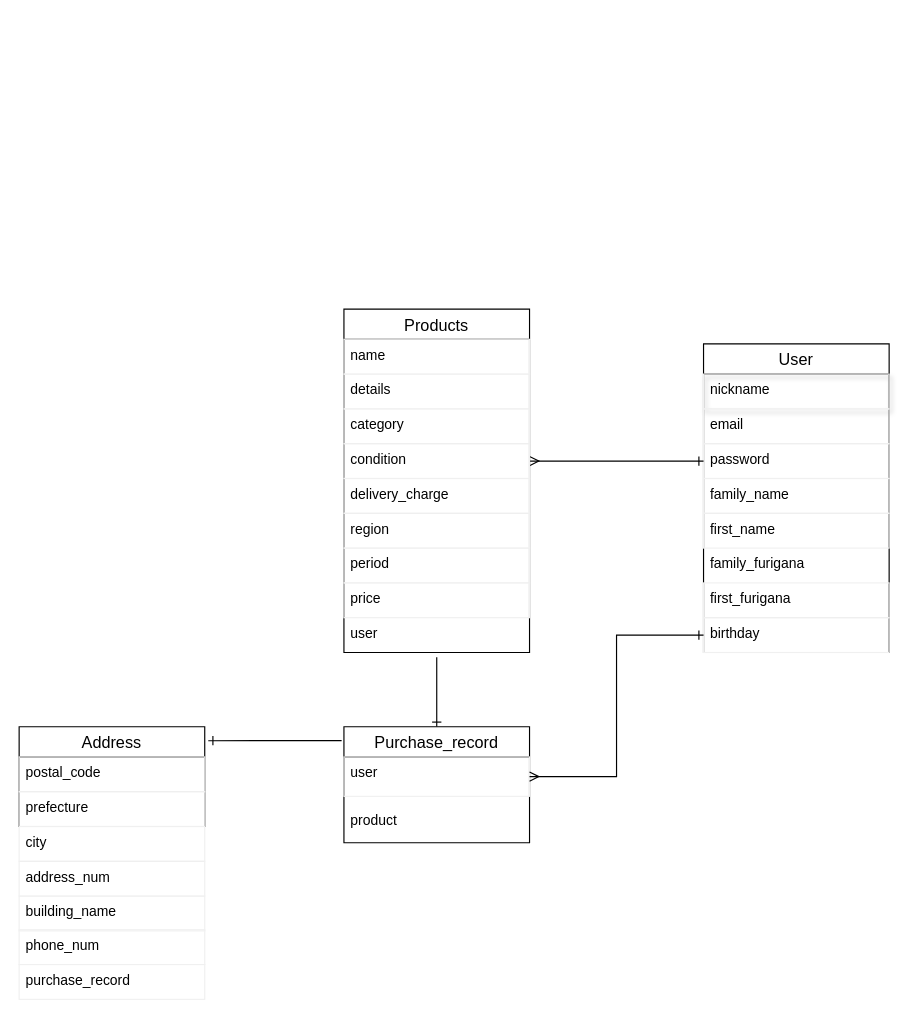
class-Kazushi/furima-30616 keeps this draw.io diagram as furima.dio. Above is the earlier version. Source tidied: cells renumbered, new cells numbered last; positions are measured from the earlier drawing's top-left corner, leaving out a move shared by most shapes. Both pictures are drawn from the tidied source at 116%, with x=0, y=0 at pixel (19, 309).
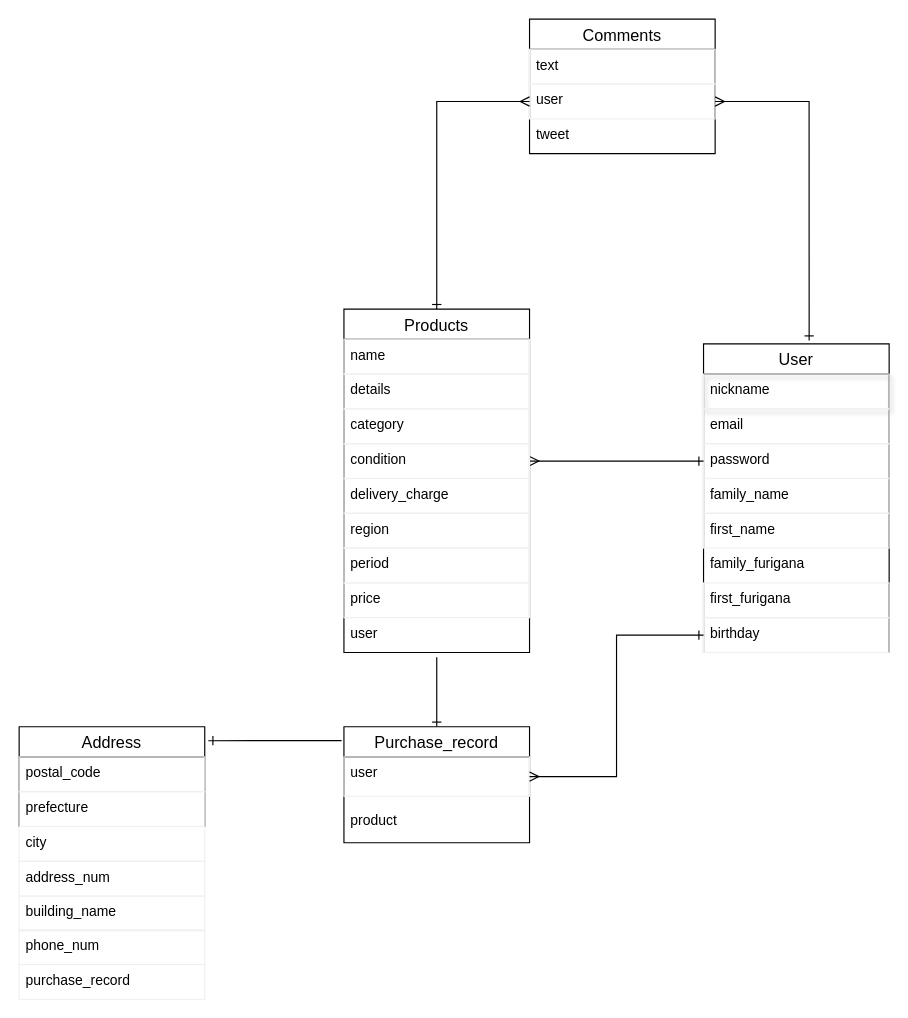
After the change.

Unchanged cells that the change refers to:
```xml
<mxCell id="6" value="User" style="swimlane;fontStyle=0;horizontal=1;startSize=26;align=center;fontSize=14;" parent="1" vertex="1">
  <mxGeometry x="590" y="30" width="160" height="266" as="geometry" />
</mxCell>
<mxCell id="26" value="Products" style="swimlane;fontStyle=0;horizontal=1;startSize=26;align=center;fontSize=14;" parent="1" vertex="1">
  <mxGeometry x="280" width="160" height="296" as="geometry" />
</mxCell>
```

Diff of the diagram source:
```diff
@@
+    <mxCell id="36" value="Comments" style="swimlane;fontStyle=0;horizontal=1;startSize=26;align=center;fontSize=14;" parent="1" vertex="1">
+      <mxGeometry x="440" y="-250" width="160" height="116" as="geometry" />
+    </mxCell>
+    <mxCell id="37" value="text" style="text;fillColor=none;spacingLeft=4;spacingRight=4;overflow=hidden;fontSize=12;strokeColor=#f0f0f0;" parent="36" vertex="1">
+      <mxGeometry y="26" width="160" height="30" as="geometry" />
+    </mxCell>
+    <mxCell id="38" value="user" style="text;fillColor=none;spacingLeft=4;spacingRight=4;overflow=hidden;points=[[0,0.5],[1,0.5]];portConstraint=eastwest;fontSize=12;strokeColor=#f0f0f0;" parent="36" vertex="1">
+      <mxGeometry y="56" width="160" height="30" as="geometry" />
+    </mxCell>
+    <mxCell id="39" value="tweet" style="text;strokeColor=none;fillColor=none;spacingLeft=4;spacingRight=4;overflow=hidden;fontSize=12;" parent="36" vertex="1">
+      <mxGeometry y="86" width="160" height="30" as="geometry" />
+    </mxCell>
@@
+    <mxCell id="40" style="edgeStyle=orthogonalEdgeStyle;rounded=0;jettySize=auto;html=1;exitX=0;exitY=0.5;exitDx=0;exitDy=0;entryX=0.5;entryY=0;entryDx=0;entryDy=0;startArrow=ERmany;startFill=0;endArrow=ERone;endFill=0;" parent="1" edge="1" source="38" target="26">
+      <mxGeometry relative="1" as="geometry" />
+    </mxCell>
+    <mxCell id="41" style="edgeStyle=orthogonalEdgeStyle;rounded=0;jettySize=auto;html=1;exitX=1;exitY=0.5;exitDx=0;exitDy=0;entryX=0.569;entryY=-0.011;entryDx=0;entryDy=0;entryPerimeter=0;startArrow=ERmany;startFill=0;endArrow=ERone;endFill=0;" parent="1" edge="1" source="38" target="6">
+      <mxGeometry relative="1" as="geometry" />
+    </mxCell>
```
